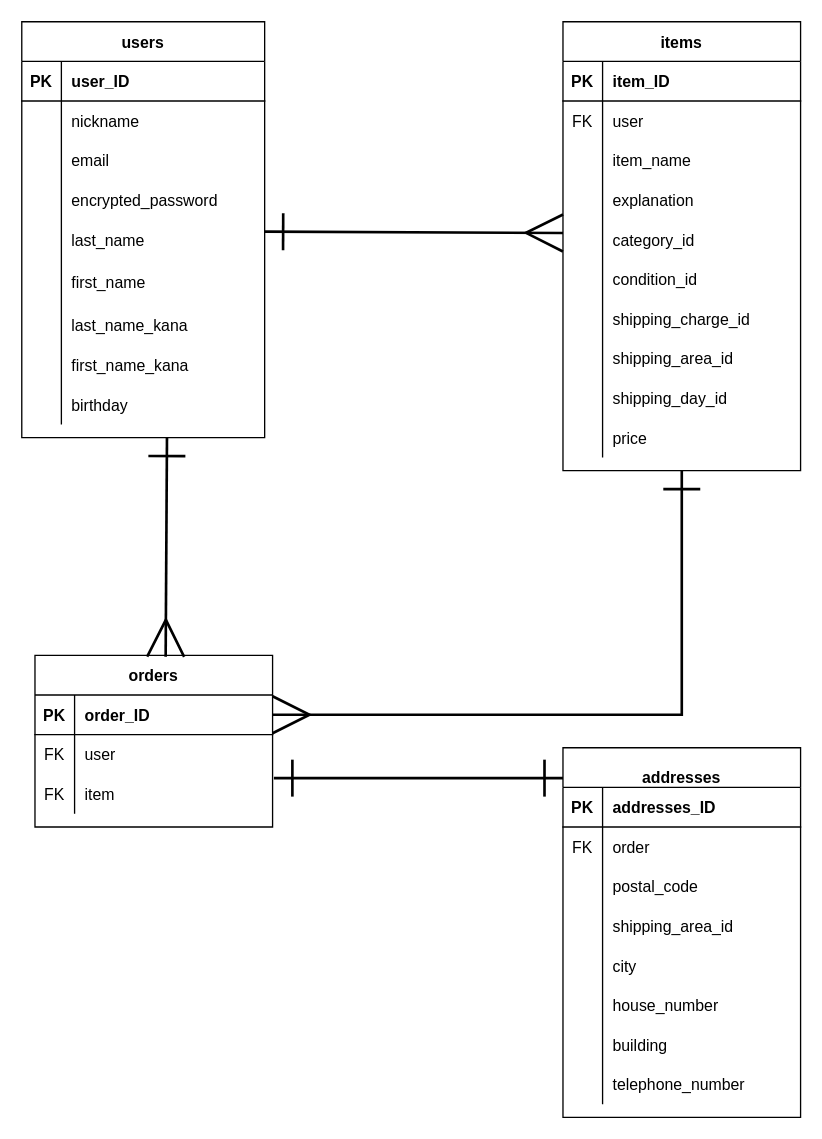
This is er.dio from kogajun/furima-36902, a draw.io file, before an edit. Source tidied: cells renumbered, new cells numbered last; positions are measured from the earlier drawing's top-left corner, leaving out a move shared by most shapes. Both pictures are drawn from the tidied source at 132%, with x=0, y=0 at pixel (21, 21).
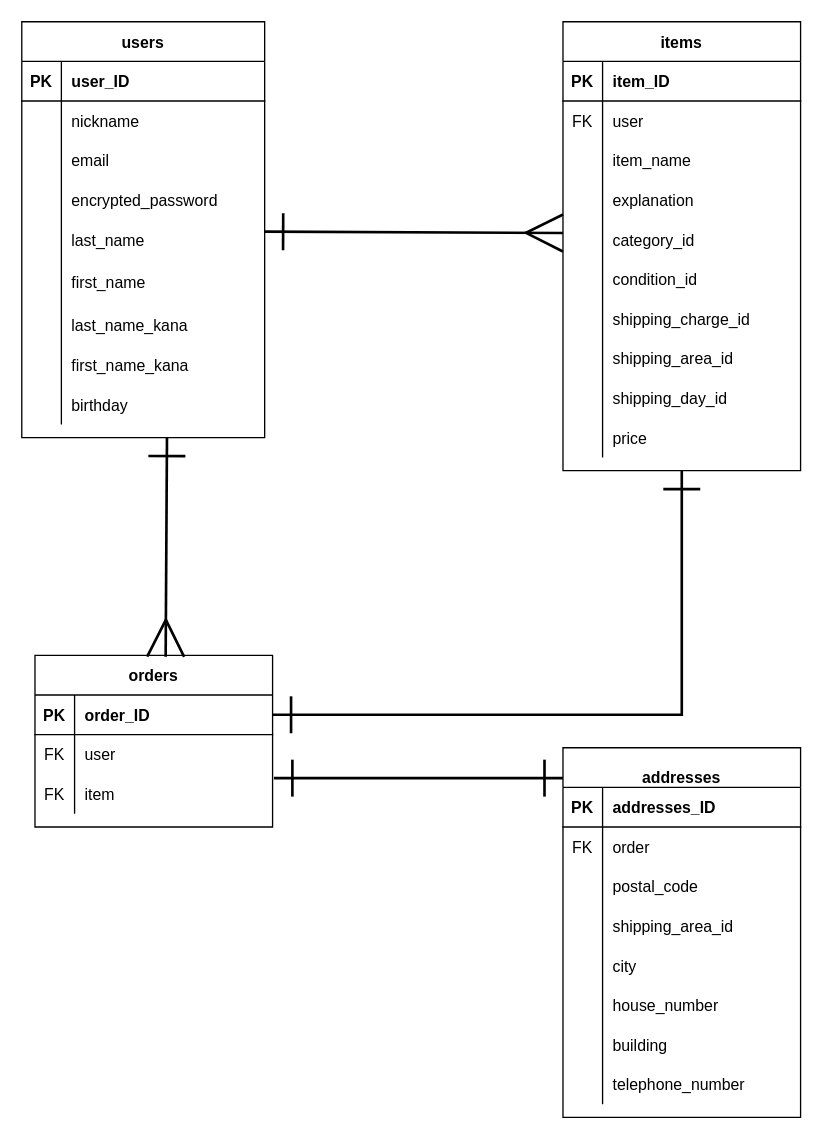
The same diagram, later.

Unchanged cells that the change refers to:
```xml
<mxCell id="31" value="items" style="shape=table;startSize=30;childLayout=tableLayout;rowLines=0;fontStyle=1;align=center;" parent="1" vertex="1">
  <mxGeometry x="410" width="180" height="340" as="geometry" />
</mxCell>
<mxCell id="63" style="shape=partialRectangle;fillColor=none;top=0;left=0;bottom=1;right=0;points=[[0,0.5],[1,0.5]];portConstraint=eastwest;" parent="62" vertex="1">
  <mxGeometry y="30" width="180" height="30" as="geometry" />
</mxCell>
```

Change to the diagram source:
```diff
@@
-    <mxCell id="98" style="fontSize=12;html=1;endArrow=ERmany;exitX=0.5;exitY=1;exitDx=0;exitDy=0;strokeWidth=2;rounded=0;endFill=0;startArrow=ERone;startFill=0;sourcePerimeterSpacing=0;startSize=25;endSize=25;edgeStyle=orthogonalEdgeStyle;entryX=1;entryY=0.5;entryDx=0;entryDy=0;" parent="1" edge="1" source="31" target="63">
+    <mxCell id="98" style="fontSize=12;html=1;endArrow=ERone;exitX=0.5;exitY=1;exitDx=0;exitDy=0;strokeWidth=2;rounded=0;endFill=0;startArrow=ERone;startFill=0;sourcePerimeterSpacing=0;startSize=25;endSize=25;edgeStyle=orthogonalEdgeStyle;entryX=1;entryY=0.5;entryDx=0;entryDy=0;" parent="1" edge="1" source="31" target="63">
       <mxGeometry relative="1" as="geometry" />
     </mxCell>
```
